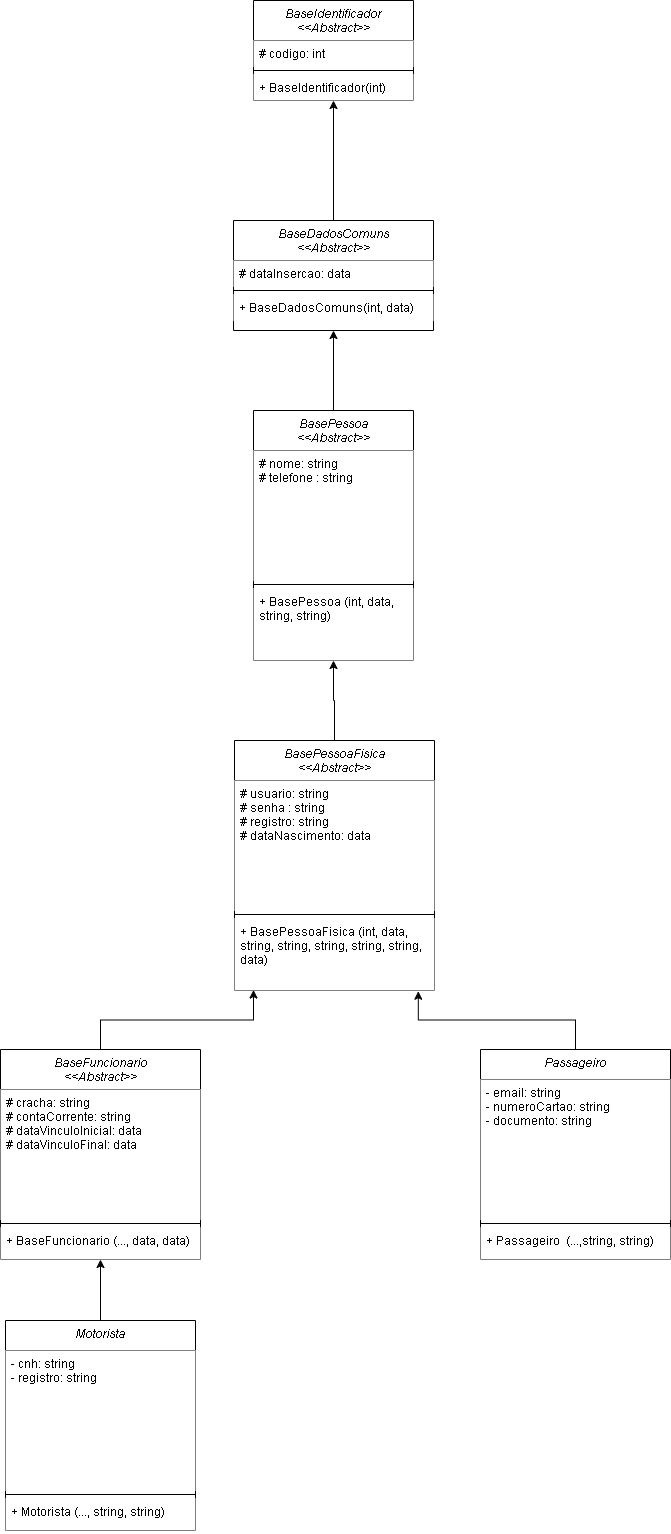
Above: DIAGRAMA ATIVIDADE 04.drawio.png in LipeCoelho21/atividade-04 (draw.io), before the change. Source tidied: cells renumbered, new cells last; positions are measured from the earlier drawing's top-left corner, leaving out a move shared by most shapes.
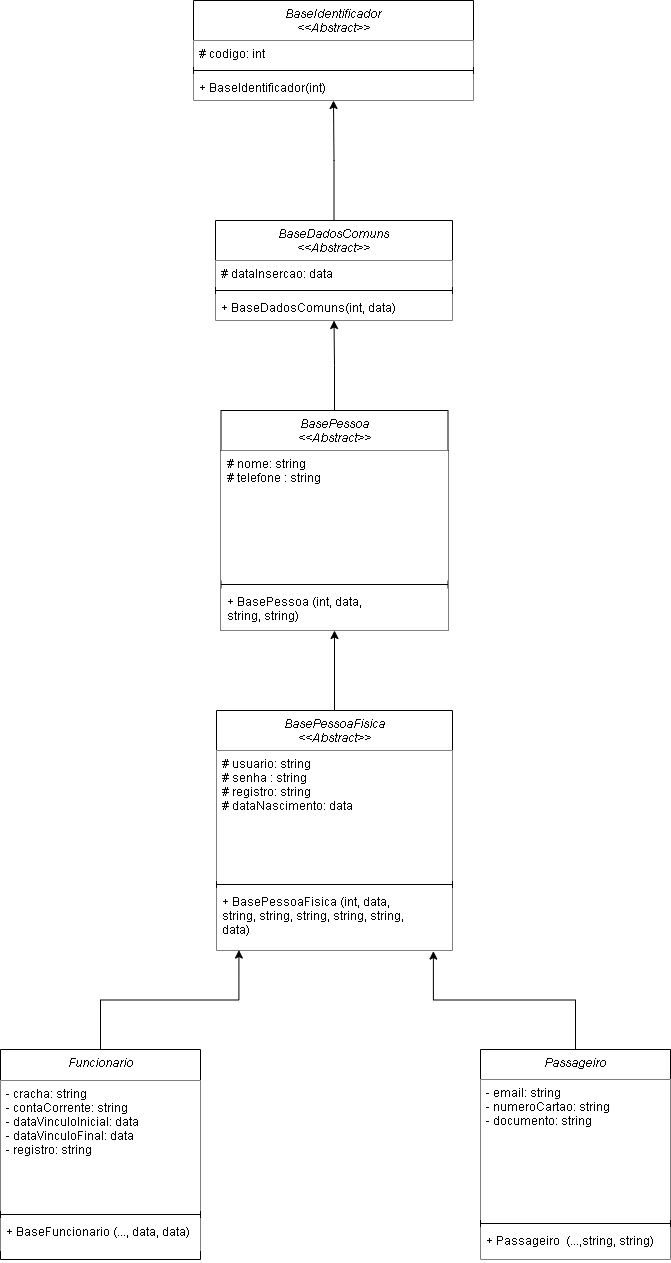
After the change.

Diff of the diagram source:
```diff
@@ -3,62 +3,47 @@
     <mxCell id="0" />
     <mxCell id="1" parent="0" />
     <mxCell id="2" value="BaseIdentificador&#10;&lt;&lt;Abstract&gt;&gt;" style="swimlane;fontStyle=2;align=center;verticalAlign=top;horizontal=1;startSize=40;rounded=0;shadow=0;strokeWidth=1;fillColor=default;strokeColor=default;fillStyle=solid;" parent="1" vertex="1">
-      <mxGeometry x="253" width="160" height="100" as="geometry" />
+      <mxGeometry x="193" width="280" height="100" as="geometry" />
     </mxCell>
     <mxCell id="3" value="# codigo: int" style="text;align=left;verticalAlign=top;spacingLeft=4;spacingRight=4;overflow=hidden;fillColor=default;strokeColor=none;fillStyle=solid;" parent="2" vertex="1">
-      <mxGeometry y="40" width="160" height="26" as="geometry" />
+      <mxGeometry y="40" width="280" height="26" as="geometry" />
     </mxCell>
     <mxCell id="4" style="line;html=1;strokeWidth=1;align=left;verticalAlign=middle;spacingTop=-1;spacingLeft=3;spacingRight=3;labelPosition=right;fillColor=default;strokeColor=default;fillStyle=solid;" parent="2" vertex="1">
-      <mxGeometry y="66" width="160" height="8" as="geometry" />
+      <mxGeometry y="66" width="280" height="8" as="geometry" />
     </mxCell>
     <mxCell id="5" value="+ BaseIdentificador(int)" style="text;align=left;verticalAlign=top;spacingLeft=4;spacingRight=4;overflow=hidden;fillColor=default;strokeColor=none;fillStyle=solid;" parent="2" vertex="1">
-      <mxGeometry y="74" width="160" height="26" as="geometry" />
+      <mxGeometry y="74" width="280" height="26" as="geometry" />
     </mxCell>
     <mxCell id="6" style="edgeStyle=orthogonalEdgeStyle;rounded=0;jettySize=auto;html=1;exitX=0.5;exitY=0;exitDx=0;exitDy=0;entryX=0.5;entryY=1;entryDx=0;entryDy=0;" parent="1" edge="1" source="7" target="2">
       <mxGeometry relative="1" as="geometry" />
     </mxCell>
     <mxCell id="7" value="BaseDadosComuns&#10;&lt;&lt;Abstract&gt;&gt;" style="swimlane;fontStyle=2;align=center;verticalAlign=top;horizontal=1;startSize=40;rounded=0;shadow=0;strokeWidth=1;fillColor=default;strokeColor=default;swimlaneLine=1;perimeterSpacing=0;" parent="1" vertex="1">
-      <mxGeometry x="233" y="220" width="200" height="110" as="geometry" />
+      <mxGeometry x="215" y="220" width="237" height="100" as="geometry" />
     </mxCell>
     <mxCell id="8" value="# dataInsercao: data&#10;" style="text;align=left;verticalAlign=top;spacingLeft=4;spacingRight=4;overflow=hidden;fillColor=default;strokeColor=none;" parent="7" vertex="1">
-      <mxGeometry y="40" width="200" height="26" as="geometry" />
+      <mxGeometry y="40" width="237" height="26" as="geometry" />
     </mxCell>
     <mxCell id="9" style="line;html=1;strokeWidth=1;align=left;verticalAlign=middle;spacingTop=-1;spacingLeft=3;spacingRight=3;labelPosition=right;fillColor=default;strokeColor=#000000;" parent="7" vertex="1">
-      <mxGeometry y="66" width="200" height="8" as="geometry" />
+      <mxGeometry y="66" width="237" height="8" as="geometry" />
     </mxCell>
     <mxCell id="10" value="+ BaseDadosComuns(int, data)" style="text;align=left;verticalAlign=top;spacingLeft=4;spacingRight=4;overflow=hidden;fillColor=default;strokeColor=none;" parent="7" vertex="1">
-      <mxGeometry y="74" width="200" height="26" as="geometry" />
+      <mxGeometry y="74" width="237" height="26" as="geometry" />
     </mxCell>
     <mxCell id="11" style="edgeStyle=orthogonalEdgeStyle;rounded=0;jettySize=auto;html=1;exitX=0.5;exitY=0;exitDx=0;exitDy=0;entryX=0.5;entryY=1;entryDx=0;entryDy=0;" parent="1" edge="1" source="12" target="7">
       <mxGeometry relative="1" as="geometry" />
     </mxCell>
     <mxCell id="12" value="BasePessoa&#10;&lt;&lt;Abstract&gt;&gt;" style="swimlane;fontStyle=2;align=center;verticalAlign=top;horizontal=1;startSize=40;rounded=0;shadow=0;strokeWidth=1;" parent="1" vertex="1">
-      <mxGeometry x="253" y="410" width="160" height="250" as="geometry" />
+      <mxGeometry x="220.5" y="410" width="227" height="220" as="geometry" />
     </mxCell>
     <mxCell id="13" value="# nome: string&#10;# telefone : string&#10;&#10;&#10;" style="text;align=left;verticalAlign=top;spacingLeft=4;spacingRight=4;overflow=hidden;fillColor=default;" parent="12" vertex="1">
-      <mxGeometry y="40" width="160" height="130" as="geometry" />
+      <mxGeometry y="40" width="227" height="130" as="geometry" />
     </mxCell>
     <mxCell id="14" style="line;html=1;strokeWidth=1;align=left;verticalAlign=middle;spacingTop=-1;spacingLeft=3;spacingRight=3;labelPosition=right;" parent="12" vertex="1">
-      <mxGeometry y="170" width="160" height="8" as="geometry" />
+      <mxGeometry y="170" width="227" height="8" as="geometry" />
     </mxCell>
     <mxCell id="15" value="+ BasePessoa (int, data, &#10;string, string)" style="text;align=left;verticalAlign=top;spacingLeft=4;spacingRight=4;overflow=hidden;fillColor=default;" parent="12" vertex="1">
-      <mxGeometry y="178" width="160" height="72" as="geometry" />
+      <mxGeometry y="178" width="227" height="42" as="geometry" />
     </mxCell>
-    <mxCell id="16" style="edgeStyle=orthogonalEdgeStyle;rounded=0;jettySize=auto;html=1;exitX=0.5;exitY=0;exitDx=0;exitDy=0;entryX=0.5;entryY=1;entryDx=0;entryDy=0;" parent="1" edge="1" source="17" target="32">
-      <mxGeometry relative="1" as="geometry" />
-    </mxCell>
-    <mxCell id="17" value="Motorista" style="swimlane;fontStyle=2;align=center;verticalAlign=top;horizontal=1;startSize=30;rounded=0;shadow=0;strokeWidth=1;" parent="1" vertex="1">
-      <mxGeometry x="5" y="1320" width="190" height="210" as="geometry" />
-    </mxCell>
-    <mxCell id="18" value="- cnh: string&#10;- registro: string" style="text;align=left;verticalAlign=top;spacingLeft=4;spacingRight=4;overflow=hidden;fillColor=default;" parent="17" vertex="1">
-      <mxGeometry y="30" width="190" height="140" as="geometry" />
-    </mxCell>
-    <mxCell id="19" style="line;html=1;strokeWidth=1;align=left;verticalAlign=middle;spacingTop=-1;spacingLeft=3;spacingRight=3;labelPosition=right;" parent="17" vertex="1">
-      <mxGeometry y="170" width="190" height="8" as="geometry" />
-    </mxCell>
-    <mxCell id="20" value="+ Motorista (..., string, string)" style="text;align=left;verticalAlign=top;spacingLeft=4;spacingRight=4;overflow=hidden;fillColor=default;fillStyle=auto;" parent="17" vertex="1">
-      <mxGeometry y="178" width="190" height="32" as="geometry" />
-    </mxCell>
     <mxCell id="21" style="edgeStyle=orthogonalEdgeStyle;rounded=0;jettySize=auto;html=1;exitX=0.5;exitY=0;exitDx=0;exitDy=0;entryX=0.919;entryY=1.01;entryDx=0;entryDy=0;entryPerimeter=0;" parent="1" edge="1" source="22" target="30">
       <mxGeometry relative="1" as="geometry" />
     </mxCell>
@@ -78,31 +63,31 @@
       <mxGeometry relative="1" as="geometry" />
     </mxCell>
     <mxCell id="27" value="BasePessoaFisica&#10;&lt;&lt;Abstract&gt;&gt;" style="swimlane;fontStyle=2;align=center;verticalAlign=top;horizontal=1;startSize=40;rounded=0;shadow=0;strokeWidth=1;" parent="1" vertex="1">
-      <mxGeometry x="234" y="740" width="200" height="250" as="geometry" />
+      <mxGeometry x="216" y="710" width="236" height="240" as="geometry" />
     </mxCell>
     <mxCell id="28" value="# usuario: string&#10;# senha : string&#10;# registro: string&#10;# dataNascimento: data&#10;" style="text;align=left;verticalAlign=top;spacingLeft=4;spacingRight=4;overflow=hidden;fillColor=default;" parent="27" vertex="1">
-      <mxGeometry y="40" width="200" height="130" as="geometry" />
+      <mxGeometry y="40" width="236" height="130" as="geometry" />
     </mxCell>
     <mxCell id="29" style="line;html=1;strokeWidth=1;align=left;verticalAlign=middle;spacingTop=-1;spacingLeft=3;spacingRight=3;labelPosition=right;" parent="27" vertex="1">
-      <mxGeometry y="170" width="200" height="8" as="geometry" />
+      <mxGeometry y="170" width="236" height="8" as="geometry" />
     </mxCell>
     <mxCell id="30" value="+ BasePessoaFisica (int, data, &#10;string, string, string, string, string,&#10;data)" style="text;align=left;verticalAlign=top;spacingLeft=4;spacingRight=4;overflow=hidden;points=[[0,0.5],[1,0.5]];portConstraint=eastwest;fillColor=default;" parent="27" vertex="1">
-      <mxGeometry y="178" width="200" height="72" as="geometry" />
+      <mxGeometry y="178" width="236" height="62" as="geometry" />
     </mxCell>
     <mxCell id="31" style="edgeStyle=orthogonalEdgeStyle;rounded=0;jettySize=auto;html=1;entryX=0.095;entryY=0.993;entryDx=0;entryDy=0;entryPerimeter=0;" parent="1" edge="1" source="32" target="30">
       <mxGeometry relative="1" as="geometry" />
     </mxCell>
-    <mxCell id="32" value="BaseFuncionario&#10;&lt;&lt;Abstract&gt;&gt;" style="swimlane;fontStyle=2;align=center;verticalAlign=top;horizontal=1;startSize=40;rounded=0;shadow=0;strokeWidth=1;" parent="1" vertex="1">
+    <mxCell id="32" value="Funcionario" style="swimlane;fontStyle=2;align=center;verticalAlign=top;horizontal=1;startSize=31;rounded=0;shadow=0;strokeWidth=1;" parent="1" vertex="1">
       <mxGeometry y="1049" width="200" height="210" as="geometry" />
     </mxCell>
-    <mxCell id="33" value="# cracha: string&#10;# contaCorrente: string&#10;# dataVinculoInicial: data&#10;# dataVinculoFinal: data&#10;" style="text;align=left;verticalAlign=top;spacingLeft=4;spacingRight=4;overflow=hidden;fillColor=default;" parent="32" vertex="1">
-      <mxGeometry y="40" width="200" height="130" as="geometry" />
+    <mxCell id="33" value="- cracha: string&#10;- contaCorrente: string&#10;- dataVinculoInicial: data&#10;- dataVinculoFinal: data&#10;- registro: string" style="text;align=left;verticalAlign=top;spacingLeft=4;spacingRight=4;overflow=hidden;fillColor=default;" parent="32" vertex="1">
+      <mxGeometry y="31" width="200" height="130" as="geometry" />
     </mxCell>
     <mxCell id="34" style="line;html=1;strokeWidth=1;align=left;verticalAlign=middle;spacingTop=-1;spacingLeft=3;spacingRight=3;labelPosition=right;" parent="32" vertex="1">
-      <mxGeometry y="170" width="200" height="8" as="geometry" />
+      <mxGeometry y="161" width="200" height="8" as="geometry" />
     </mxCell>
     <mxCell id="35" value="+ BaseFuncionario (..., data, data)" style="text;align=left;verticalAlign=top;spacingLeft=4;spacingRight=4;overflow=hidden;fillColor=default;" parent="32" vertex="1">
-      <mxGeometry y="178" width="200" height="32" as="geometry" />
+      <mxGeometry y="169" width="200" height="32" as="geometry" />
     </mxCell>
   </root>
 </mxGraphModel>
```
